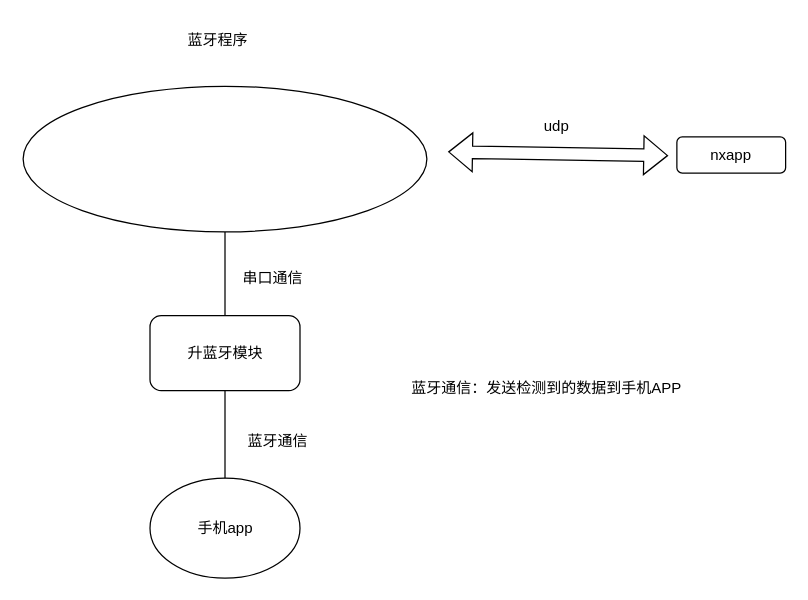
Before: 蓝牙.drawio in weibu01/a_drawio, a draw.io diagram. Source tidied: cells renumbered, new cells numbered last; positions are measured from the earlier drawing's top-left corner, leaving out a move shared by most shapes. Both pictures are drawn from the tidied source at 125%, with x=0, y=0 at pixel (22, 21).
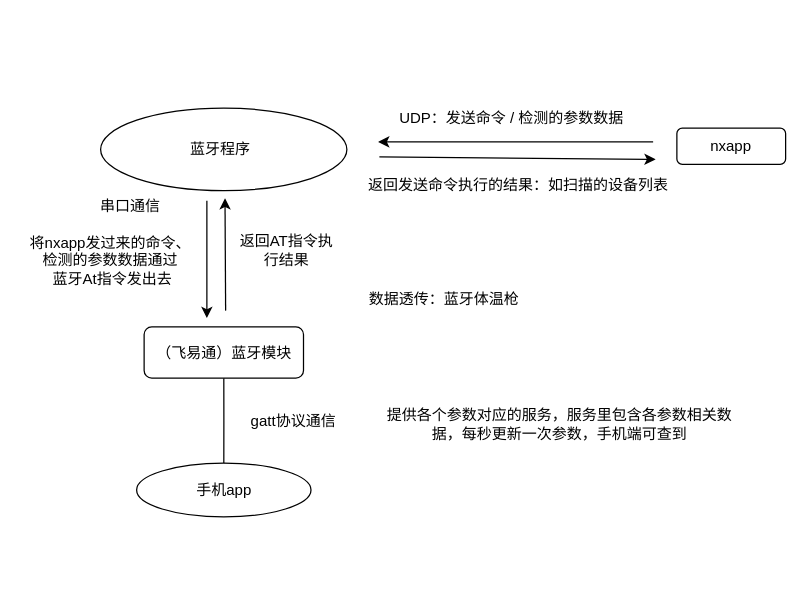
Above is the later version.

Diff of the diagram source:
```diff
@@
     <mxCell id="2" value="nxapp" style="rounded=1;whiteSpace=wrap;html=1;" parent="1" vertex="1">
-      <mxGeometry x="523" y="92" width="87" height="29" as="geometry" />
+      <mxGeometry x="523" y="85" width="87" height="29" as="geometry" />
     </mxCell>
-    <mxCell id="3" style="edgeStyle=orthogonalEdgeStyle;rounded=0;jettySize=auto;html=1;entryX=0.5;entryY=0;entryDx=0;entryDy=0;endArrow=none;endFill=0;" parent="1" edge="1" source="4" target="11">
-      <mxGeometry relative="1" as="geometry" />
-    </mxCell>
     <mxCell id="4" style="ellipse;whiteSpace=wrap;html=1;" parent="1" vertex="1">
-      <mxGeometry y="51.5" width="323" height="116.5" as="geometry" />
+      <mxGeometry x="62" y="69" width="197" height="66" as="geometry" />
     </mxCell>
     <mxCell id="5" value="蓝牙程序" style="text;html=1;strokeColor=none;fillColor=none;align=center;verticalAlign=middle;whiteSpace=wrap;rounded=0;" parent="1" vertex="1">
-      <mxGeometry x="126" width="60" height="30" as="geometry" />
+      <mxGeometry x="128" y="87" width="60" height="30" as="geometry" />
     </mxCell>
-    <mxCell id="6" style="shape=flexArrow;endArrow=classic;startArrow=classic;html=1;rounded=0;" parent="1" edge="1">
-      <mxGeometry relative="1" as="geometry">
-        <mxPoint x="340" y="104" as="sourcePoint" />
-        <mxPoint x="516" y="107" as="targetPoint" />
-      </mxGeometry>
-    </mxCell>
-    <mxCell id="7" value="udp" style="text;html=1;strokeColor=none;fillColor=none;align=center;verticalAlign=middle;whiteSpace=wrap;rounded=0;" parent="1" vertex="1">
-      <mxGeometry x="397" y="69" width="60" height="30" as="geometry" />
+    <mxCell id="7" value="UDP：发送命令 / 检测的参数数据" style="text;html=1;strokeColor=none;fillColor=none;align=center;verticalAlign=middle;whiteSpace=wrap;rounded=0;" parent="1" vertex="1">
+      <mxGeometry x="294" y="62" width="194" height="29" as="geometry" />
     </mxCell>
     <mxCell id="8" value="手机app" style="ellipse;whiteSpace=wrap;html=1;" parent="1" vertex="1">
-      <mxGeometry x="101.5" y="365" width="120" height="80" as="geometry" />
+      <mxGeometry x="90.8" y="353" width="139.5" height="43" as="geometry" />
     </mxCell>
-    <mxCell id="9" value="蓝牙通信：发送检测到的数据到手机APP&lt;br&gt;" style="text;html=1;strokeColor=none;fillColor=none;align=center;verticalAlign=middle;whiteSpace=wrap;rounded=0;" parent="1" vertex="1">
-      <mxGeometry x="296" y="276" width="246" height="33" as="geometry" />
-    </mxCell>
@@
-    <mxCell id="11" value="升蓝牙模块" style="rounded=1;whiteSpace=wrap;html=1;" parent="1" vertex="1">
-      <mxGeometry x="101.5" y="235" width="120" height="60" as="geometry" />
+    <mxCell id="11" value="（飞易通）蓝牙模块" style="rounded=1;whiteSpace=wrap;html=1;" parent="1" vertex="1">
+      <mxGeometry x="96.8" y="244" width="127.5" height="41" as="geometry" />
     </mxCell>
     <mxCell id="12" value="串口通信" style="text;html=1;strokeColor=none;fillColor=none;align=center;verticalAlign=middle;whiteSpace=wrap;rounded=0;" parent="1" vertex="1">
-      <mxGeometry x="170" y="190" width="60" height="30" as="geometry" />
+      <mxGeometry x="56" y="133" width="60" height="30" as="geometry" />
     </mxCell>
-    <mxCell id="13" value="蓝牙通信" style="text;html=1;strokeColor=none;fillColor=none;align=center;verticalAlign=middle;whiteSpace=wrap;rounded=0;" parent="1" vertex="1">
-      <mxGeometry x="174" y="321" width="60" height="30" as="geometry" />
+    <mxCell id="13" value="gatt协议通信&lt;br&gt;" style="text;html=1;strokeColor=none;fillColor=none;align=center;verticalAlign=middle;whiteSpace=wrap;rounded=0;" parent="1" vertex="1">
+      <mxGeometry x="167" y="306" width="99" height="27" as="geometry" />
     </mxCell>
+    <mxCell id="14" style="endArrow=classic;html=1;rounded=0;" parent="1" edge="1">
+      <mxGeometry relative="1" as="geometry">
+        <mxPoint x="285" y="108" as="sourcePoint" />
+        <mxPoint x="506" y="110" as="targetPoint" />
+      </mxGeometry>
+    </mxCell>
+    <mxCell id="15" style="endArrow=classic;html=1;rounded=0;" parent="1" edge="1">
+      <mxGeometry relative="1" as="geometry">
+        <mxPoint x="504" y="96" as="sourcePoint" />
+        <mxPoint x="284" y="96" as="targetPoint" />
+      </mxGeometry>
+    </mxCell>
+    <mxCell id="16" value="返回发送命令执行的结果：如扫描的设备列表" style="text;html=1;strokeColor=none;fillColor=none;align=center;verticalAlign=middle;whiteSpace=wrap;rounded=0;" parent="1" vertex="1">
+      <mxGeometry x="263" y="116" width="267" height="29" as="geometry" />
+    </mxCell>
+    <mxCell id="17" value="提供各个参数对应的服务，服务里包含各参数相关数据，每秒更新一次参数，手机端可查到" style="text;html=1;strokeColor=none;fillColor=none;align=center;verticalAlign=middle;whiteSpace=wrap;rounded=0;" parent="1" vertex="1">
+      <mxGeometry x="287" y="296" width="285" height="52" as="geometry" />
+    </mxCell>
+    <mxCell id="18" style="endArrow=classic;html=1;rounded=0;" parent="1" edge="1">
+      <mxGeometry relative="1" as="geometry">
+        <mxPoint x="147" y="143" as="sourcePoint" />
+        <mxPoint x="147" y="237" as="targetPoint" />
+      </mxGeometry>
+    </mxCell>
+    <mxCell id="19" style="endArrow=classic;html=1;rounded=0;" parent="1" edge="1">
+      <mxGeometry relative="1" as="geometry">
+        <mxPoint x="162" y="231" as="sourcePoint" />
+        <mxPoint x="161.5" y="141" as="targetPoint" />
+      </mxGeometry>
+    </mxCell>
+    <mxCell id="20" value="将nxapp发过来的命令、检测的参数数据通过&lt;br&gt;&amp;nbsp;蓝牙At指令发出去" style="text;html=1;strokeColor=none;fillColor=none;align=center;verticalAlign=middle;whiteSpace=wrap;rounded=0;" parent="1" vertex="1">
+      <mxGeometry x="-1" y="160" width="142" height="61" as="geometry" />
+    </mxCell>
+    <mxCell id="21" value="返回AT指令执行结果" style="text;html=1;strokeColor=none;fillColor=none;align=center;verticalAlign=middle;whiteSpace=wrap;rounded=0;" parent="1" vertex="1">
+      <mxGeometry x="171" y="166" width="80" height="33" as="geometry" />
+    </mxCell>
+    <mxCell id="22" value="数据透传：蓝牙体温枪" style="text;html=1;strokeColor=none;fillColor=none;align=center;verticalAlign=middle;whiteSpace=wrap;rounded=0;" parent="1" vertex="1">
+      <mxGeometry x="259" y="205" width="156" height="33" as="geometry" />
+    </mxCell>
```
